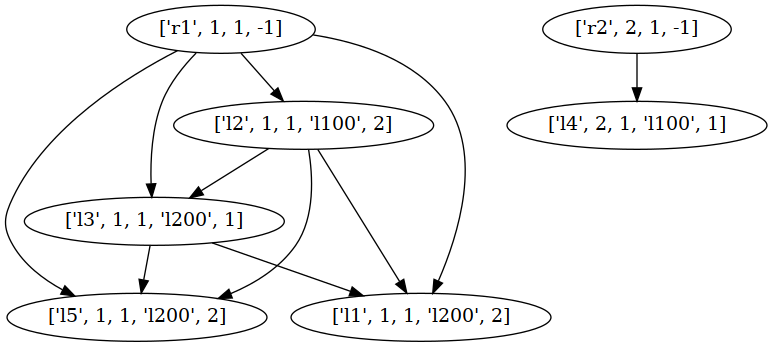
This is routing_graph.png from XushengLuo92/Hierarchical-LTL, a Graphviz export, as it was before one commit. Its source is kept beside it as routing_graph.dot.
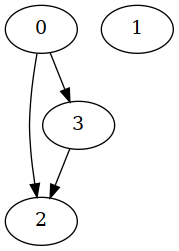
The same diagram one commit later.

Change to the diagram source:
```diff
@@ -1,21 +1,10 @@
 strict digraph "" {
 	graph [type=routing_graph];
-	node [label="\N"];
-	0	[label="['r1', 1, 1, -1]"];
-	3	[label="['l2', 1, 1, 'l100', 2]"];
-	0 -> 3	[weight=1];
-	4	[label="['l3', 1, 1, 'l200', 1]"];
-	0 -> 4	[weight=1];
-	5	[label="['l5', 1, 1, 'l200', 2]"];
-	0 -> 5	[weight=1];
-	6	[label="['l1', 1, 1, 'l200', 2]"];
-	0 -> 6	[weight=1];
-	1	[label="['r2', 2, 1, -1]"];
-	2	[label="['l4', 2, 1, 'l100', 1]"];
-	1 -> 2	[weight=1];
-	3 -> 4	[weight=1];
-	3 -> 5	[weight=1];
-	3 -> 6	[weight=1];
-	4 -> 5	[weight=1];
-	4 -> 6	[weight=1];
+	0	[location_type_component_task_element="['r1', 1, 1, -1]"];
+	2	[location_type_component_task_element="['l1', 1, 1, 'l0', 2]"];
+	0 -> 2	[weight=10];
+	3	[location_type_component_task_element="['l2', 1, 1, 'l100', 1]"];
+	0 -> 3	[weight=10];
+	1	[location_type_component_task_element="['r2', 2, 1, -1]"];
+	3 -> 2	[weight=10];
 }
```
